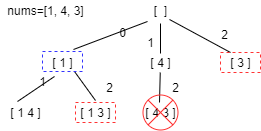
The draw.io diagram pic/lc-0300-01.png in ldtech007/leetcode, before a commit. Source tidied: cells renumbered, new cells last; positions are measured from the earlier drawing's top-left corner, leaving out a move shared by most shapes.
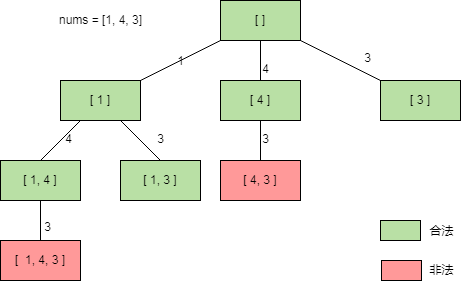
The same diagram one commit later.

Diff of the diagram source:
```diff
@@ -2,79 +2,86 @@
   <root>
     <mxCell id="0" />
     <mxCell id="1" parent="0" />
-    <mxCell id="2" value="[&amp;nbsp; ]" style="text;html=1;align=center;verticalAlign=middle;points=[];" parent="1" vertex="1">
-      <mxGeometry x="145" width="30" height="20" as="geometry" />
+    <mxCell id="2" value="[ ]" style="rounded=0;whiteSpace=wrap;html=1;fillColor=#B9E0A5;" parent="1" vertex="1">
+      <mxGeometry x="160" y="-8" width="80" height="40" as="geometry" />
     </mxCell>
-    <mxCell id="3" value="nums=[1, 4, 3]" style="text;html=1;align=center;verticalAlign=middle;" parent="1" vertex="1">
-      <mxGeometry width="90" height="20" as="geometry" />
-    </mxCell>
-    <mxCell id="4" value="[ 1 ]" style="text;html=1;align=center;verticalAlign=middle;points=[];" parent="1" vertex="1">
-      <mxGeometry x="42" y="52" width="40" height="20" as="geometry" />
+    <mxCell id="4" value="[ 1 ]" style="rounded=0;whiteSpace=wrap;html=1;fillColor=#B9E0A5;" parent="1" vertex="1">
+      <mxGeometry y="72" width="80" height="40" as="geometry" />
     </mxCell>
-    <mxCell id="5" value="[ 4 ]" style="text;html=1;align=center;verticalAlign=middle;points=[];" parent="1" vertex="1">
-      <mxGeometry x="140" y="52" width="40" height="20" as="geometry" />
+    <mxCell id="5" value="[ 4 ]" style="rounded=0;whiteSpace=wrap;html=1;fillColor=#B9E0A5;" parent="1" vertex="1">
+      <mxGeometry x="160" y="72" width="80" height="40" as="geometry" />
     </mxCell>
-    <mxCell id="6" value="[ 3 ]" style="text;html=1;align=center;verticalAlign=middle;points=[];" parent="1" vertex="1">
-      <mxGeometry x="220" y="52" width="40" height="20" as="geometry" />
+    <mxCell id="6" value="[ 3 ]" style="rounded=0;whiteSpace=wrap;html=1;fillColor=#B9E0A5;" parent="1" vertex="1">
+      <mxGeometry x="320" y="72" width="80" height="40" as="geometry" />
     </mxCell>
-    <mxCell id="7" value="[ 1 4 ]" style="text;html=1;align=center;verticalAlign=middle;points=[];" parent="1" vertex="1">
-      <mxGeometry y="102" width="50" height="20" as="geometry" />
-    </mxCell>
-    <mxCell id="8" value="[ 1 3 ]" style="text;html=1;align=center;verticalAlign=middle;points=[];" parent="1" vertex="1">
-      <mxGeometry x="70" y="102" width="50" height="20" as="geometry" />
-    </mxCell>
-    <mxCell id="9" value="[ 4 3 ]" style="text;html=1;align=center;verticalAlign=middle;" parent="1" vertex="1">
-      <mxGeometry x="135" y="102" width="50" height="20" as="geometry" />
-    </mxCell>
+    <mxCell id="26" value="[ 1, 4 ]" style="rounded=0;whiteSpace=wrap;html=1;fillColor=#B9E0A5;" parent="1" vertex="1">
+      <mxGeometry x="-60" y="152" width="80" height="40" as="geometry" />
+    </mxCell>
+    <mxCell id="27" value="[ 1, 3 ]" style="rounded=0;whiteSpace=wrap;html=1;fillColor=#B9E0A5;" parent="1" vertex="1">
+      <mxGeometry x="60" y="152" width="80" height="40" as="geometry" />
+    </mxCell>
+    <mxCell id="28" value="[ 4, 3 ]" style="rounded=0;whiteSpace=wrap;html=1;fillColor=#FF9999;" parent="1" vertex="1">
+      <mxGeometry x="160" y="152" width="80" height="40" as="geometry" />
+    </mxCell>
+    <mxCell id="29" value="[&amp;nbsp; 1, 4, 3 ]" style="rounded=0;whiteSpace=wrap;html=1;fillColor=#FF9999;" parent="1" vertex="1">
+      <mxGeometry x="-60" y="232" width="80" height="40" as="geometry" />
+    </mxCell>
-    <mxCell id="10" style="endArrow=none;html=1;entryX=0.067;entryY=1.05;entryDx=0;entryDy=0;entryPerimeter=0;exitX=0.775;exitY=-0.15;exitDx=0;exitDy=0;exitPerimeter=0;" parent="1" edge="1" source="4" target="2">
+    <mxCell id="10" style="endArrow=none;html=1;entryX=0;entryY=1;entryDx=0;entryDy=0;exitX=1;exitY=0;exitDx=0;exitDy=0;" parent="1" edge="1" source="4" target="2">
       <mxGeometry relative="1" as="geometry" />
     </mxCell>
-    <mxCell id="11" style="endArrow=none;html=1;entryX=0.5;entryY=1.15;entryDx=0;entryDy=0;entryPerimeter=0;exitX=0.5;exitY=0.05;exitDx=0;exitDy=0;exitPerimeter=0;" parent="1" edge="1" source="5" target="2">
+    <mxCell id="11" style="endArrow=none;html=1;entryX=0.5;entryY=1;entryDx=0;entryDy=0;exitX=0.5;exitY=0;exitDx=0;exitDy=0;" parent="1" edge="1" source="5" target="2">
       <mxGeometry relative="1" as="geometry" />
     </mxCell>
-    <mxCell id="12" style="endArrow=none;html=1;entryX=0.8;entryY=0.95;entryDx=0;entryDy=0;entryPerimeter=0;exitX=0.25;exitY=0;exitDx=0;exitDy=0;exitPerimeter=0;" parent="1" edge="1" source="6" target="2">
+    <mxCell id="12" style="endArrow=none;html=1;entryX=1;entryY=1;entryDx=0;entryDy=0;exitX=0;exitY=0;exitDx=0;exitDy=0;" parent="1" edge="1" source="6" target="2">
       <mxGeometry relative="1" as="geometry" />
     </mxCell>
-    <mxCell id="13" style="endArrow=none;html=1;entryX=0.3;entryY=1.2;entryDx=0;entryDy=0;entryPerimeter=0;exitX=0.34;exitY=-0.05;exitDx=0;exitDy=0;exitPerimeter=0;" parent="1" edge="1" source="7" target="4">
-      <mxGeometry relative="1" as="geometry" />
-    </mxCell>
-    <mxCell id="14" style="endArrow=none;html=1;exitX=0.5;exitY=-0.1;exitDx=0;exitDy=0;exitPerimeter=0;entryX=0.8;entryY=0.95;entryDx=0;entryDy=0;entryPerimeter=0;" parent="1" edge="1" source="8" target="4">
-      <mxGeometry relative="1" as="geometry" />
-    </mxCell>
-    <mxCell id="15" style="endArrow=none;html=1;" parent="1" edge="1" target="5">
-      <mxGeometry relative="1" as="geometry">
-        <mxPoint x="159" y="102" as="sourcePoint" />
-      </mxGeometry>
-    </mxCell>
-    <mxCell id="16" value="0" style="text;html=1;align=center;verticalAlign=middle;" parent="1" vertex="1">
-      <mxGeometry x="112" y="22" width="20" height="20" as="geometry" />
-    </mxCell>
-    <mxCell id="17" value="1" style="text;html=1;align=center;verticalAlign=middle;" parent="1" vertex="1">
-      <mxGeometry x="140" y="32" width="20" height="20" as="geometry" />
-    </mxCell>
-    <mxCell id="18" value="2" style="text;html=1;align=center;verticalAlign=middle;" parent="1" vertex="1">
-      <mxGeometry x="214" y="24" width="20" height="20" as="geometry" />
-    </mxCell>
-    <mxCell id="19" value="1" style="text;html=1;align=center;verticalAlign=middle;" parent="1" vertex="1">
-      <mxGeometry x="32" y="71" width="20" height="20" as="geometry" />
-    </mxCell>
-    <mxCell id="20" value="2" style="text;html=1;align=center;verticalAlign=middle;" parent="1" vertex="1">
-      <mxGeometry x="99" y="77" width="20" height="20" as="geometry" />
-    </mxCell>
-    <mxCell id="21" value="2" style="text;html=1;align=center;verticalAlign=middle;" parent="1" vertex="1">
-      <mxGeometry x="165" y="77" width="20" height="20" as="geometry" />
-    </mxCell>
-    <mxCell id="22" style="rounded=0;whiteSpace=wrap;html=1;dashed=1;strokeColor=#FF3333;fillColor=none;" parent="1" vertex="1">
-      <mxGeometry x="75" y="102" width="40" height="20" as="geometry" />
-    </mxCell>
-    <mxCell id="23" style="rounded=0;whiteSpace=wrap;html=1;dashed=1;strokeColor=#FF3333;fillColor=none;" parent="1" vertex="1">
-      <mxGeometry x="220" y="52" width="40" height="20" as="geometry" />
-    </mxCell>
-    <mxCell id="24" style="rounded=0;whiteSpace=wrap;html=1;dashed=1;fillColor=none;strokeColor=#3333FF;" parent="1" vertex="1">
-      <mxGeometry x="42" y="51" width="40" height="20" as="geometry" />
-    </mxCell>
-    <mxCell id="25" style="shape=sumEllipse;perimeter=ellipsePerimeter;whiteSpace=wrap;html=1;backgroundOutline=1;strokeColor=#FF3333;fillColor=none;" parent="1" vertex="1">
-      <mxGeometry x="142.5" y="94.5" width="35" height="35" as="geometry" />
-    </mxCell>
+    <mxCell id="30" style="endArrow=none;html=1;entryX=0.25;entryY=1;entryDx=0;entryDy=0;exitX=0.5;exitY=0;exitDx=0;exitDy=0;" parent="1" edge="1" source="26" target="4">
+      <mxGeometry relative="1" as="geometry" />
+    </mxCell>
+    <mxCell id="31" style="endArrow=none;html=1;entryX=0.75;entryY=1;entryDx=0;entryDy=0;exitX=0.5;exitY=0;exitDx=0;exitDy=0;" parent="1" edge="1" source="27" target="4">
+      <mxGeometry relative="1" as="geometry" />
+    </mxCell>
+    <mxCell id="32" style="endArrow=none;html=1;entryX=0.5;entryY=1;entryDx=0;entryDy=0;exitX=0.5;exitY=0;exitDx=0;exitDy=0;" parent="1" edge="1" source="28" target="5">
+      <mxGeometry relative="1" as="geometry" />
+    </mxCell>
+    <mxCell id="33" style="endArrow=none;html=1;entryX=0.5;entryY=1;entryDx=0;entryDy=0;exitX=0.5;exitY=0;exitDx=0;exitDy=0;" parent="1" edge="1" source="29" target="26">
+      <mxGeometry relative="1" as="geometry" />
+    </mxCell>
+    <mxCell id="34" value="nums = [1, 4, 3]" style="text;html=1;align=center;verticalAlign=middle;" parent="1" vertex="1">
+      <mxGeometry x="-10" y="2" width="100" height="20" as="geometry" />
+    </mxCell>
+    <mxCell id="35" value="1" style="text;html=1;align=center;verticalAlign=middle;" parent="1" vertex="1">
+      <mxGeometry x="110" y="43" width="20" height="20" as="geometry" />
+    </mxCell>
+    <mxCell id="36" value="4" style="text;html=1;align=center;verticalAlign=middle;" parent="1" vertex="1">
+      <mxGeometry x="195" y="51" width="20" height="20" as="geometry" />
+    </mxCell>
+    <mxCell id="37" value="3" style="text;html=1;align=center;verticalAlign=middle;" parent="1" vertex="1">
+      <mxGeometry x="297" y="40" width="20" height="20" as="geometry" />
+    </mxCell>
+    <mxCell id="38" value="4" style="text;html=1;align=center;verticalAlign=middle;" parent="1" vertex="1">
+      <mxGeometry x="-2" y="121" width="20" height="20" as="geometry" />
+    </mxCell>
+    <mxCell id="39" value="3" style="text;html=1;align=center;verticalAlign=middle;" parent="1" vertex="1">
+      <mxGeometry x="90" y="121" width="20" height="20" as="geometry" />
+    </mxCell>
+    <mxCell id="40" value="3" style="text;html=1;align=center;verticalAlign=middle;" parent="1" vertex="1">
+      <mxGeometry x="195" y="121" width="20" height="20" as="geometry" />
+    </mxCell>
+    <mxCell id="41" value="3" style="text;html=1;align=center;verticalAlign=middle;" parent="1" vertex="1">
+      <mxGeometry x="-23" y="209" width="20" height="20" as="geometry" />
+    </mxCell>
+    <mxCell id="42" style="rounded=0;whiteSpace=wrap;html=1;fillColor=#B9E0A5;" parent="1" vertex="1">
+      <mxGeometry x="320" y="212" width="40" height="20" as="geometry" />
+    </mxCell>
+    <mxCell id="43" value="合法" style="text;html=1;align=center;verticalAlign=middle;" parent="1" vertex="1">
+      <mxGeometry x="361" y="213" width="40" height="20" as="geometry" />
+    </mxCell>
+    <mxCell id="44" style="rounded=0;whiteSpace=wrap;html=1;fillColor=#FF9999;" parent="1" vertex="1">
+      <mxGeometry x="321" y="252" width="40" height="20" as="geometry" />
+    </mxCell>
+    <mxCell id="45" value="非法" style="text;html=1;align=center;verticalAlign=middle;" parent="1" vertex="1">
+      <mxGeometry x="361" y="252" width="40" height="20" as="geometry" />
+    </mxCell>
   </root>
 </mxGraphModel>
```
